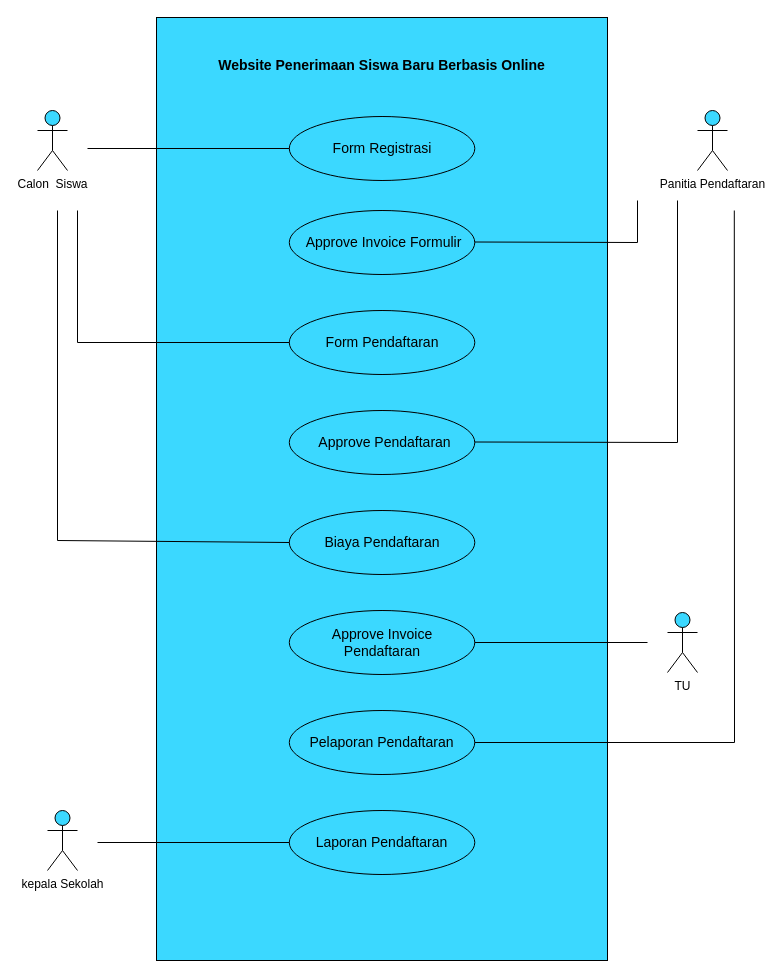
This is Diagram Tanpa Judul.drawio from danangsptro/register-vhs, a draw.io file, before an edit. Source tidied: cells renumbered, new cells numbered last; positions are measured from the earlier drawing's top-left corner, leaving out a move shared by most shapes. Both pictures are drawn from the tidied source at 100%, with x=0, y=0 at pixel (37, 17).
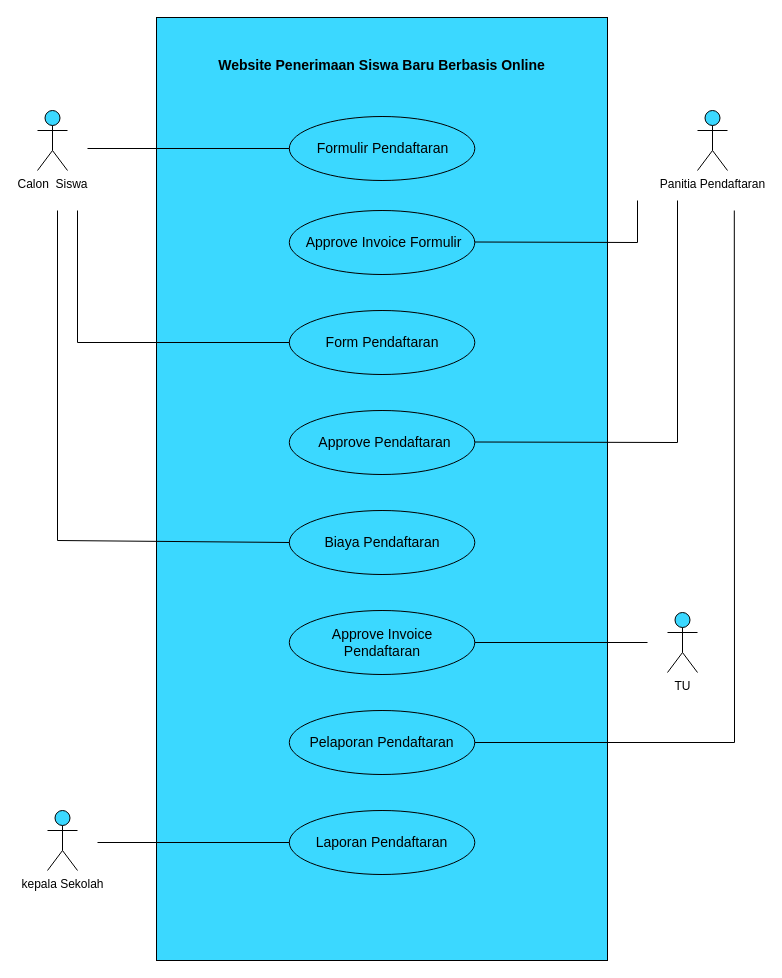
The same page after the edit.

Diff of the diagram source:
```diff
@@
-    <mxCell id="9" value="Form Registrasi" style="text;html=1;strokeColor=none;fillColor=none;align=center;verticalAlign=middle;whiteSpace=wrap;rounded=0;fontSize=14;" parent="1" vertex="1">
-      <mxGeometry x="279.5" y="116" width="130" height="30" as="geometry" />
+    <mxCell id="9" value="Formulir Pendaftaran" style="text;html=1;strokeColor=none;fillColor=none;align=center;verticalAlign=middle;whiteSpace=wrap;rounded=0;fontSize=14;" parent="1" vertex="1">
+      <mxGeometry x="264.5" y="116" width="160.5" height="30" as="geometry" />
     </mxCell>
```
